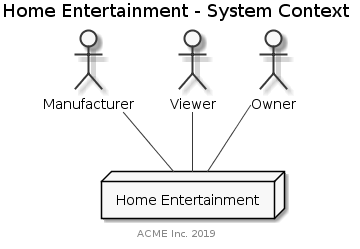
Above: system/0.9.0/_images/system-context-business.png in anoff/antora-arc42 (PlantUML), before the change. Source of this version:
```plantuml
@startuml
skinparam monochrome true
title Home Entertainment - System Context
footer ACME Inc. 2019

node "Home Entertainment" as system

actor Owner
actor Viewer
actor Manufacturer

system -up- Owner
system -up- Viewer
system -up- Manufacturer
@enduml
```
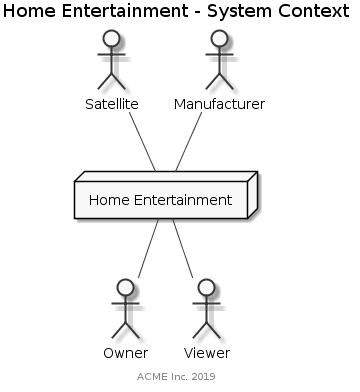
After the commit.

The edit, as a diff of the source:
```diff
@@ -8,8 +8,10 @@
 actor Owner
 actor Viewer
 actor Manufacturer
+actor Satellite
 
-system -up- Owner
-system -up- Viewer
+system -down- Owner
+system -down- Viewer
 system -up- Manufacturer
+system -up- Satellite
 @enduml
```
